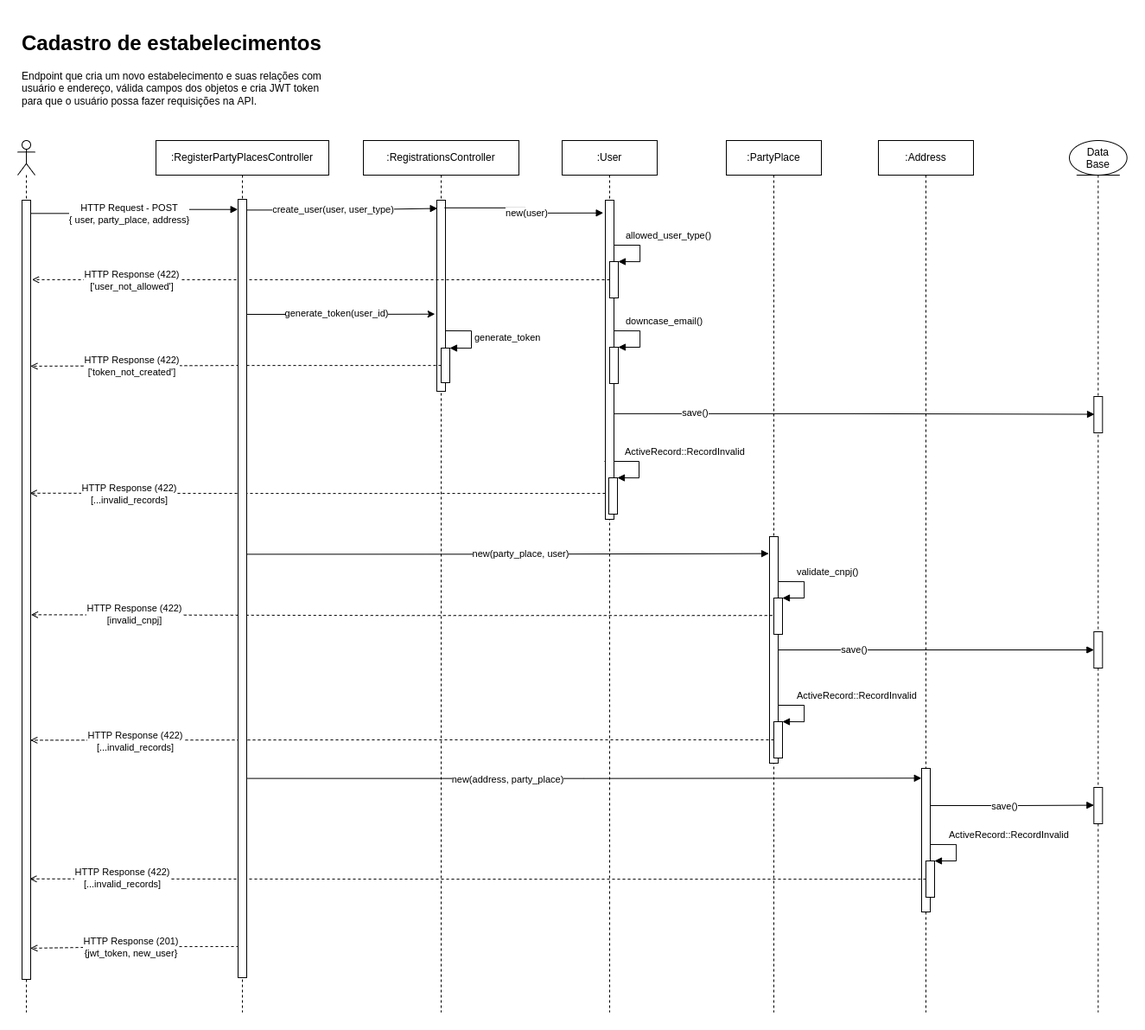
jmsalmeida/pfc-files keeps this draw.io diagram as diagrams/sequence diagrams/register-party-place.png. Above is the earlier version. Source tidied: cells renumbered, new cells last; positions are measured from the earlier drawing's top-left corner, leaving out a move shared by most shapes.
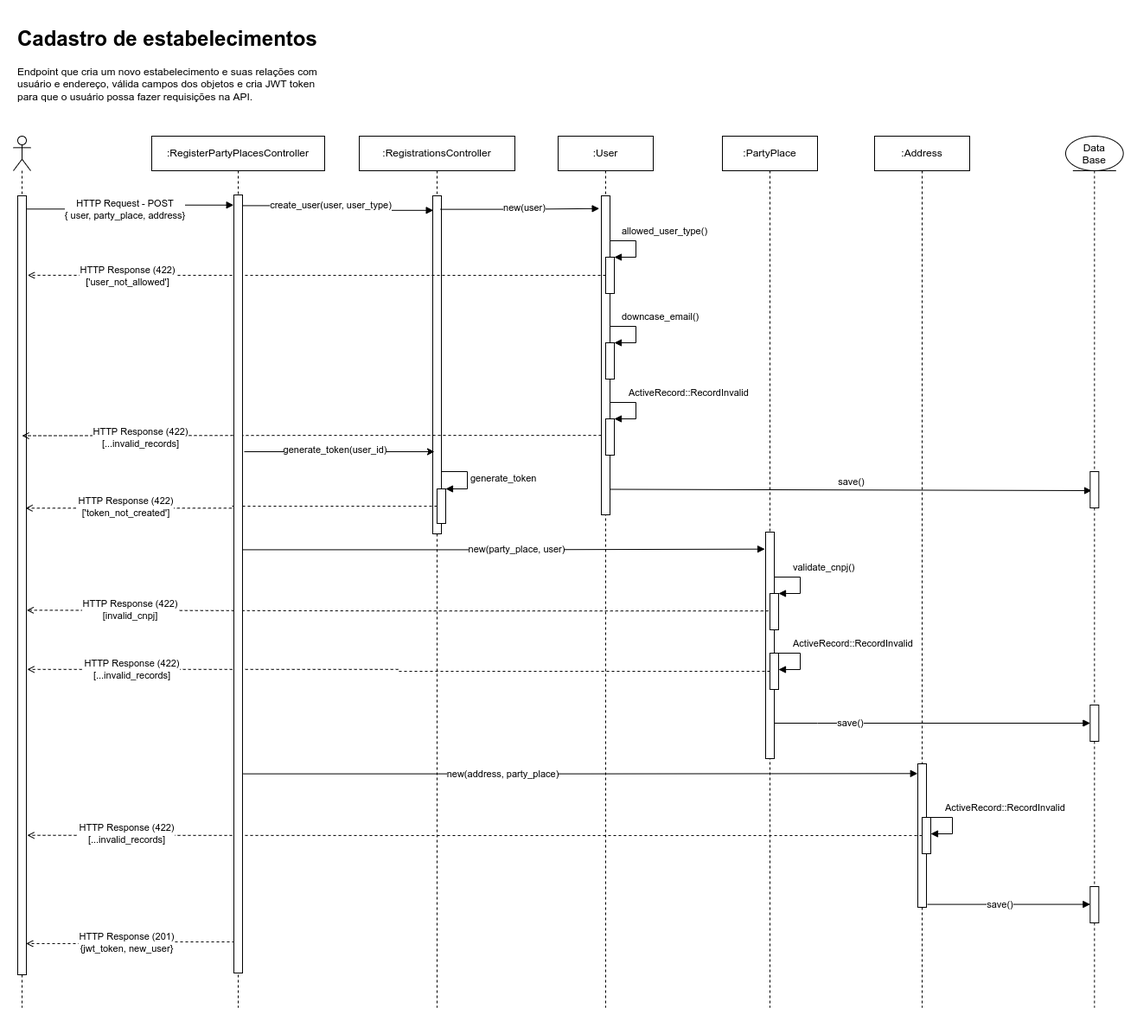
After the change.

Commit message:
Destroy diagram

Diff of the diagram source:
```diff
@@ -11,46 +11,26 @@
     <mxCell id="4" value=":RegisterPartyPlacesController" style="shape=umlLifeline;perimeter=lifelinePerimeter;whiteSpace=wrap;html=1;" parent="1" vertex="1">
       <mxGeometry x="160" y="132" width="200" height="1008" as="geometry" />
     </mxCell>
-    <mxCell id="5" style="edgeStyle=orthogonalEdgeStyle;rounded=0;jettySize=auto;html=1;exitX=0.907;exitY=0.474;exitDx=0;exitDy=0;exitPerimeter=0;entryX=-0.222;entryY=0.596;entryDx=0;entryDy=0;entryPerimeter=0;" parent="4" edge="1" target="8">
-      <mxGeometry relative="1" as="geometry">
-        <mxPoint x="104" y="201" as="sourcePoint" />
-      </mxGeometry>
-    </mxCell>
-    <mxCell id="6" value="generate_token(user_id)" style="edgeLabel;html=1;align=center;verticalAlign=middle;" parent="5" vertex="1">
-      <mxGeometry x="-0.16" relative="1" as="geometry">
-        <mxPoint x="13" y="-2" as="offset" />
-      </mxGeometry>
-    </mxCell>
     <mxCell id="7" value=":RegistrationsController" style="shape=umlLifeline;perimeter=lifelinePerimeter;whiteSpace=wrap;html=1;" parent="1" vertex="1">
       <mxGeometry x="400" y="132" width="180" height="1008" as="geometry" />
     </mxCell>
     <mxCell id="8" style="html=1;points=[];perimeter=orthogonalPerimeter;" parent="7" vertex="1">
-      <mxGeometry x="85" y="69" width="10" height="221" as="geometry" />
+      <mxGeometry x="85" y="69" width="10" height="391" as="geometry" />
     </mxCell>
     <mxCell id="9" style="html=1;points=[];perimeter=orthogonalPerimeter;" parent="7" vertex="1">
-      <mxGeometry x="90" y="240" width="10" height="40" as="geometry" />
+      <mxGeometry x="90" y="408" width="10" height="40" as="geometry" />
     </mxCell>
     <mxCell id="10" value="generate_token" style="edgeStyle=orthogonalEdgeStyle;html=1;align=left;spacingLeft=2;endArrow=block;rounded=0;entryX=1;entryY=0;" parent="7" edge="1" target="9">
       <mxGeometry relative="1" as="geometry">
-        <mxPoint x="95" y="220" as="sourcePoint" />
+        <mxPoint x="95" y="388" as="sourcePoint" />
         <Array as="points">
-          <mxPoint x="125" y="220" />
+          <mxPoint x="125" y="388" />
         </Array>
       </mxGeometry>
     </mxCell>
     <mxCell id="11" value=":User" style="shape=umlLifeline;perimeter=lifelinePerimeter;whiteSpace=wrap;html=1;" parent="1" vertex="1">
       <mxGeometry x="630" y="132" width="110" height="1008" as="geometry" />
     </mxCell>
-    <mxCell id="12" value="ActiveRecord::RecordInvalid" style="edgeStyle=orthogonalEdgeStyle;html=1;align=left;spacingLeft=2;endArrow=block;rounded=0;entryX=1;entryY=0;" parent="11" edge="1">
-      <mxGeometry x="-0.52" y="11" relative="1" as="geometry">
-        <mxPoint x="49" y="371" as="sourcePoint" />
-        <mxPoint x="64" y="390" as="targetPoint" />
-        <Array as="points">
-          <mxPoint x="89" y="371" />
-          <mxPoint x="89" y="390" />
-        </Array>
-      </mxGeometry>
-    </mxCell>
     <mxCell id="13" value="downcase_email()" style="edgeStyle=orthogonalEdgeStyle;html=1;align=left;spacingLeft=2;endArrow=block;rounded=0;entryX=1;entryY=0;" parent="11" edge="1">
       <mxGeometry x="-0.52" y="11" relative="1" as="geometry">
         <mxPoint x="50" y="220" as="sourcePoint" />
@@ -61,6 +41,11 @@
         </Array>
       </mxGeometry>
     </mxCell>
+    <mxCell id="16" value="save()" style="html=1;verticalAlign=bottom;endArrow=block;rounded=0;entryX=0.167;entryY=0.524;entryDx=0;entryDy=0;entryPerimeter=0;" parent="11" edge="1" target="59">
+      <mxGeometry relative="1" as="geometry">
+        <mxPoint x="60" y="408.5" as="sourcePoint" />
+      </mxGeometry>
+    </mxCell>
     <mxCell id="14" value="allowed_user_type()" style="edgeStyle=orthogonalEdgeStyle;html=1;align=left;spacingLeft=2;endArrow=block;rounded=0;entryX=1;entryY=0;" parent="1" edge="1">
       <mxGeometry x="-0.52" y="11" relative="1" as="geometry">
         <mxPoint x="680" y="253" as="sourcePoint" />
@@ -71,14 +56,6 @@
         </Array>
       </mxGeometry>
     </mxCell>
-    <mxCell id="15" style="edgeStyle=orthogonalEdgeStyle;rounded=0;jettySize=auto;html=1;endArrow=block;endFill=1;exitX=0.974;exitY=0.669;exitDx=0;exitDy=0;exitPerimeter=0;entryX=0.069;entryY=0.489;entryDx=0;entryDy=0;entryPerimeter=0;" parent="1" edge="1" source="17" target="59">
-      <mxGeometry relative="1" as="geometry" />
-    </mxCell>
-    <mxCell id="16" value="save()" style="edgeLabel;html=1;align=center;verticalAlign=middle;" parent="15" vertex="1">
-      <mxGeometry x="-0.17" y="2" relative="1" as="geometry">
-        <mxPoint x="-140" as="offset" />
-      </mxGeometry>
-    </mxCell>
     <mxCell id="17" style="html=1;points=[];perimeter=orthogonalPerimeter;" parent="1" vertex="1">
       <mxGeometry x="680" y="201" width="10" height="369" as="geometry" />
     </mxCell>
@@ -124,20 +101,15 @@
     <mxCell id="27" style="html=1;perimeter=orthogonalPerimeter;" parent="1" vertex="1">
       <mxGeometry x="685" y="371" width="10" height="42" as="geometry" />
     </mxCell>
-    <mxCell id="28" style="html=1;perimeter=orthogonalPerimeter;" parent="1" vertex="1">
-      <mxGeometry x="684" y="522" width="10" height="42" as="geometry" />
-    </mxCell>
-    <mxCell id="29" style="edgeStyle=orthogonalEdgeStyle;rounded=0;jettySize=auto;html=1;dashed=1;endArrow=open;endFill=0;entryX=0.905;entryY=0.376;entryDx=0;entryDy=0;entryPerimeter=0;" parent="1" edge="1" target="3">
-      <mxGeometry relative="1" as="geometry">
-        <mxPoint x="680" y="540" as="sourcePoint" />
-      </mxGeometry>
+    <mxCell id="29" style="edgeStyle=orthogonalEdgeStyle;rounded=0;jettySize=auto;html=1;dashed=1;endArrow=open;endFill=0;exitX=0;exitY=0.751;exitDx=0;exitDy=0;exitPerimeter=0;entryX=0.5;entryY=0.308;entryDx=0;entryDy=0;entryPerimeter=0;" parent="1" edge="1" source="17" target="3">
+      <mxGeometry relative="1" as="geometry" />
     </mxCell>
     <mxCell id="30" value="HTTP Response (422)&lt;br&gt;[...invalid_records]" style="edgeLabel;html=1;align=center;verticalAlign=middle;" parent="29" vertex="1">
       <mxGeometry x="-0.09" relative="1" as="geometry">
-        <mxPoint x="-250" as="offset" />
+        <mxPoint x="-229" y="2" as="offset" />
       </mxGeometry>
     </mxCell>
-    <mxCell id="31" style="edgeStyle=orthogonalEdgeStyle;rounded=0;jettySize=auto;html=1;entryX=0.983;entryY=0.213;entryDx=0;entryDy=0;entryPerimeter=0;dashed=1;endArrow=open;endFill=0;" parent="1" edge="1" source="9" target="3">
+    <mxCell id="31" style="edgeStyle=orthogonalEdgeStyle;rounded=0;jettySize=auto;html=1;dashed=1;endArrow=open;endFill=0;entryX=0.9;entryY=0.401;entryDx=0;entryDy=0;entryPerimeter=0;" parent="1" edge="1" source="9" target="3">
       <mxGeometry relative="1" as="geometry" />
     </mxCell>
     <mxCell id="32" value="HTTP Response (422)&lt;br&gt;['token_not_created']" style="edgeLabel;html=1;align=center;verticalAlign=middle;" parent="31" vertex="1">
@@ -165,15 +137,15 @@
       <mxGeometry x="55" y="529" width="10" height="42" as="geometry" />
     </mxCell>
     <mxCell id="37" style="html=1;points=[];perimeter=orthogonalPerimeter;" parent="33" vertex="1">
-      <mxGeometry x="55" y="672" width="10" height="42" as="geometry" />
+      <mxGeometry x="55" y="598" width="10" height="42" as="geometry" />
     </mxCell>
     <mxCell id="38" value="ActiveRecord::RecordInvalid" style="edgeStyle=orthogonalEdgeStyle;html=1;align=left;spacingLeft=2;endArrow=block;rounded=0;entryX=1;entryY=0;" parent="33" edge="1">
       <mxGeometry x="-0.52" y="11" relative="1" as="geometry">
-        <mxPoint x="60" y="653" as="sourcePoint" />
-        <mxPoint x="65" y="672" as="targetPoint" />
+        <mxPoint x="60" y="598" as="sourcePoint" />
+        <mxPoint x="65" y="617" as="targetPoint" />
         <Array as="points">
-          <mxPoint x="90" y="653" />
-          <mxPoint x="90" y="672" />
+          <mxPoint x="90" y="598" />
+          <mxPoint x="90" y="617" />
         </Array>
       </mxGeometry>
     </mxCell>
@@ -191,7 +163,7 @@
     <mxCell id="42" value="HTTP Response (422)&lt;br&gt;[invalid_cnpj]" style="edgeLabel;html=1;align=center;verticalAlign=middle;" parent="41" vertex="1">
       <mxGeometry x="0.72" y="-1" relative="1" as="geometry" />
     </mxCell>
-    <mxCell id="43" style="edgeStyle=orthogonalEdgeStyle;rounded=0;jettySize=auto;html=1;entryX=0.972;entryY=0.693;entryDx=0;entryDy=0;entryPerimeter=0;dashed=1;endArrow=open;endFill=0;" parent="1" edge="1" source="37" target="3">
+    <mxCell id="43" style="edgeStyle=orthogonalEdgeStyle;rounded=0;jettySize=auto;html=1;dashed=1;endArrow=open;endFill=0;entryX=1.1;entryY=0.608;entryDx=0;entryDy=0;entryPerimeter=0;" parent="1" edge="1" source="37" target="3">
       <mxGeometry relative="1" as="geometry" />
     </mxCell>
     <mxCell id="44" value="HTTP Response (422)&lt;br&gt;[...invalid_records]" style="edgeLabel;html=1;align=center;verticalAlign=middle;" parent="43" vertex="1">
@@ -206,26 +178,28 @@
       <mxGeometry x="50" y="726" width="10" height="166" as="geometry" />
     </mxCell>
     <mxCell id="47" style="html=1;points=[];perimeter=orthogonalPerimeter;" parent="45" vertex="1">
-      <mxGeometry x="55" y="833" width="10" height="42" as="geometry" />
+      <mxGeometry x="55" y="788" width="10" height="42" as="geometry" />
     </mxCell>
     <mxCell id="48" value="ActiveRecord::RecordInvalid" style="edgeStyle=orthogonalEdgeStyle;html=1;align=left;spacingLeft=2;endArrow=block;rounded=0;entryX=1;entryY=0;" parent="45" edge="1">
       <mxGeometry x="-0.52" y="11" relative="1" as="geometry">
-        <mxPoint x="60" y="814" as="sourcePoint" />
-        <mxPoint x="65" y="833" as="targetPoint" />
+        <mxPoint x="60" y="788" as="sourcePoint" />
+        <mxPoint x="65" y="807" as="targetPoint" />
         <Array as="points">
-          <mxPoint x="90" y="814" />
-          <mxPoint x="90" y="833" />
+          <mxPoint x="90" y="788" />
+          <mxPoint x="90" y="807" />
         </Array>
       </mxGeometry>
     </mxCell>
-    <mxCell id="49" style="edgeStyle=orthogonalEdgeStyle;rounded=0;jettySize=auto;html=1;endArrow=open;endFill=0;dashed=1;entryX=0.88;entryY=0.871;entryDx=0;entryDy=0;entryPerimeter=0;" parent="1" edge="1" source="47" target="3">
+    <mxCell id="49" style="edgeStyle=orthogonalEdgeStyle;rounded=0;jettySize=auto;html=1;endArrow=open;endFill=0;dashed=1;entryX=1.1;entryY=0.821;entryDx=0;entryDy=0;entryPerimeter=0;" parent="1" edge="1" source="47" target="3">
       <mxGeometry relative="1" as="geometry" />
     </mxCell>
     <mxCell id="50" value="&lt;span style=&quot;color: rgba(0, 0, 0, 0); font-family: monospace; font-size: 0px; text-align: start; background-color: rgb(248, 249, 250);&quot;&gt;%3CmxGraphModel%3E%3Croot%3E%3CmxCell%20id%3D%220%22%2F%3E%3CmxCell%20id%3D%221%22%20parent%3D%220%22%2F%3E%3CmxCell%20id%3D%222%22%20value%3D%22HTTP%20Response%20(422)%26lt%3Bbr%26gt%3B%5B...invalid_records%5D%22%20style%3D%22edgeLabel%3Bhtml%3D1%3Balign%3Dcenter%3BverticalAlign%3Dmiddle%3Bresizable%3D0%3Bpoints%3D%5B%5D%3B%22%20vertex%3D%221%22%20connectable%3D%220%22%20parent%3D%221%22%3E%3CmxGeometry%20x%3D%22173.58823529411734%22%20y%3D%22580.0350000000001%22%20as%3D%22geometry%22%2F%3E%3C%2FmxCell%3E%3C%2Froot%3E%3C%2FmxGraphModel%3E&lt;/span&gt;" style="edgeLabel;html=1;align=center;verticalAlign=middle;" parent="49" vertex="1">
       <mxGeometry x="0.79" y="1" relative="1" as="geometry" />
     </mxCell>
     <mxCell id="51" value="HTTP Response (422)&lt;br&gt;[...invalid_records]" style="edgeLabel;html=1;align=center;verticalAlign=middle;" parent="49" vertex="1">
-      <mxGeometry x="0.79" y="-2" relative="1" as="geometry" />
+      <mxGeometry x="0.79" y="-2" relative="1" as="geometry">
+        <mxPoint x="8" as="offset" />
+      </mxGeometry>
     </mxCell>
     <mxCell id="52" style="edgeStyle=orthogonalEdgeStyle;rounded=0;jettySize=auto;html=1;entryX=0.972;entryY=0.96;entryDx=0;entryDy=0;entryPerimeter=0;endArrow=open;endFill=0;exitX=0.1;exitY=0.96;exitDx=0;exitDy=0;exitPerimeter=0;dashed=1;" parent="1" edge="1" source="56" target="3">
       <mxGeometry relative="1" as="geometry" />
@@ -253,32 +227,63 @@
       <mxGeometry x="1217" y="132" width="66.7" height="1008" as="geometry" />
     </mxCell>
     <mxCell id="59" style="html=1;points=[];perimeter=orthogonalPerimeter;" parent="58" vertex="1">
-      <mxGeometry x="28.3" y="296" width="10" height="42" as="geometry" />
+      <mxGeometry x="28.3" y="388" width="10" height="42" as="geometry" />
     </mxCell>
     <mxCell id="60" style="html=1;points=[];perimeter=orthogonalPerimeter;" parent="58" vertex="1">
-      <mxGeometry x="28.3" y="568" width="10" height="42" as="geometry" />
+      <mxGeometry x="28.3" y="658" width="10" height="42" as="geometry" />
     </mxCell>
     <mxCell id="61" style="html=1;points=[];perimeter=orthogonalPerimeter;" parent="58" vertex="1">
-      <mxGeometry x="28.3" y="748" width="10" height="42" as="geometry" />
+      <mxGeometry x="28.3" y="868" width="10" height="42" as="geometry" />
     </mxCell>
     <mxCell id="62" value="Data&#10;Base" style="text;align=center;fontStyle=0;verticalAlign=middle;spacingLeft=3;spacingRight=3;strokeColor=none;" parent="58" vertex="1">
       <mxGeometry x="10" y="7" width="46.7" height="26" as="geometry" />
     </mxCell>
     <mxCell id="63" style="edgeStyle=orthogonalEdgeStyle;rounded=0;jettySize=auto;html=1;endArrow=block;endFill=1;" parent="1" edge="1" source="34" target="60">
-      <mxGeometry relative="1" as="geometry" />
+      <mxGeometry relative="1" as="geometry">
+        <Array as="points">
+          <mxPoint x="930" y="811" />
+          <mxPoint x="930" y="811" />
+        </Array>
+      </mxGeometry>
     </mxCell>
     <mxCell id="64" value="save()" style="edgeLabel;html=1;align=center;verticalAlign=middle;" parent="63" vertex="1">
       <mxGeometry x="0.13" y="-1" relative="1" as="geometry">
         <mxPoint x="-120" y="-2" as="offset" />
       </mxGeometry>
     </mxCell>
-    <mxCell id="65" style="edgeStyle=orthogonalEdgeStyle;rounded=0;jettySize=auto;html=1;endArrow=block;endFill=1;exitX=1.05;exitY=0.259;exitDx=0;exitDy=0;exitPerimeter=0;entryX=0.003;entryY=0.49;entryDx=0;entryDy=0;entryPerimeter=0;" parent="1" edge="1" source="46" target="61">
-      <mxGeometry relative="1" as="geometry" />
+    <mxCell id="65" style="edgeStyle=orthogonalEdgeStyle;rounded=0;jettySize=auto;html=1;endArrow=block;endFill=1;entryX=0.003;entryY=0.49;entryDx=0;entryDy=0;entryPerimeter=0;" parent="1" edge="1" target="61">
+      <mxGeometry relative="1" as="geometry">
+        <mxPoint x="1057" y="1020" as="sourcePoint" />
+        <Array as="points">
+          <mxPoint x="1245" y="1020" />
+        </Array>
+      </mxGeometry>
     </mxCell>
     <mxCell id="66" value="save()" style="edgeLabel;html=1;align=center;verticalAlign=middle;" parent="65" vertex="1">
       <mxGeometry x="-0.26" y="-3" relative="1" as="geometry">
         <mxPoint x="13" y="-3" as="offset" />
       </mxGeometry>
     </mxCell>
+    <mxCell id="12" value="ActiveRecord::RecordInvalid" style="edgeStyle=orthogonalEdgeStyle;html=1;align=left;spacingLeft=2;endArrow=block;rounded=0;entryX=1;entryY=0;" parent="1" edge="1">
+      <mxGeometry x="-0.52" y="11" relative="1" as="geometry">
+        <mxPoint x="690" y="440" as="sourcePoint" />
+        <mxPoint x="695" y="459" as="targetPoint" />
+        <Array as="points">
+          <mxPoint x="720" y="440" />
+          <mxPoint x="720" y="459" />
+        </Array>
+      </mxGeometry>
+    </mxCell>
+    <mxCell id="67" style="html=1;perimeter=orthogonalPerimeter;" parent="1" vertex="1">
+      <mxGeometry x="685" y="459" width="10" height="42" as="geometry" />
+    </mxCell>
+    <mxCell id="5" style="edgeStyle=orthogonalEdgeStyle;rounded=0;jettySize=auto;html=1;exitX=1.2;exitY=0.33;exitDx=0;exitDy=0;exitPerimeter=0;entryX=0.2;entryY=0.757;entryDx=0;entryDy=0;entryPerimeter=0;" parent="1" edge="1" source="56" target="8">
+      <mxGeometry relative="1" as="geometry" />
+    </mxCell>
+    <mxCell id="6" value="generate_token(user_id)" style="edgeLabel;html=1;align=center;verticalAlign=middle;" parent="5" vertex="1">
+      <mxGeometry x="-0.16" relative="1" as="geometry">
+        <mxPoint x="13" y="-2" as="offset" />
+      </mxGeometry>
+    </mxCell>
   </root>
 </mxGraphModel>
```
